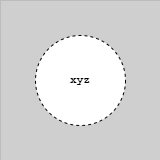
ready-to-release/eac keeps this draw.io diagram as docs/assets/cd-model/legend-env-agent.drawio.png. Above is the earlier version. Source tidied: cells renumbered, new cells last; positions are measured from the earlier drawing's top-left corner, leaving out a move shared by most shapes.
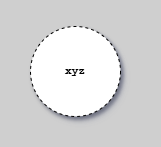
After the change.

The edit, as a diff of the source:
```diff
@@ -1,11 +1,11 @@
-<mxGraphModel background="#CFCFCF">
+<mxGraphModel background="#CFCFCF" shadow="1">
   <root>
     <mxCell id="0" />
     <mxCell id="1" parent="0" />
-    <mxCell id="2" style="group;strokeColor=#616161;dashed=1;dashPattern=12 12;strokeWidth=0;" parent="1" vertex="1">
-      <mxGeometry width="160" height="160" as="geometry" />
-    </mxCell>
+    <mxCell id="4" style="rounded=0;strokeColor=none;fillColor=none;" parent="1" vertex="1">
+      <mxGeometry x="5" y="9" width="150" height="136" as="geometry" />
+    </mxCell>
-    <mxCell id="3" value="xyz" style="ellipse;whiteSpace=wrap;html=1;strokeColor=default;dashed=1;fontSize=11;fontStyle=1;fontFamily=Courier New;" parent="1" vertex="1">
+    <mxCell id="3" value="xyz" style="ellipse;whiteSpace=wrap;html=1;strokeColor=default;dashed=1;fontSize=11;fontStyle=1;fontFamily=Courier New;shadow=1;" parent="1" vertex="1">
       <mxGeometry x="35" y="35" width="90" height="90" as="geometry" />
     </mxCell>
   </root>
```
